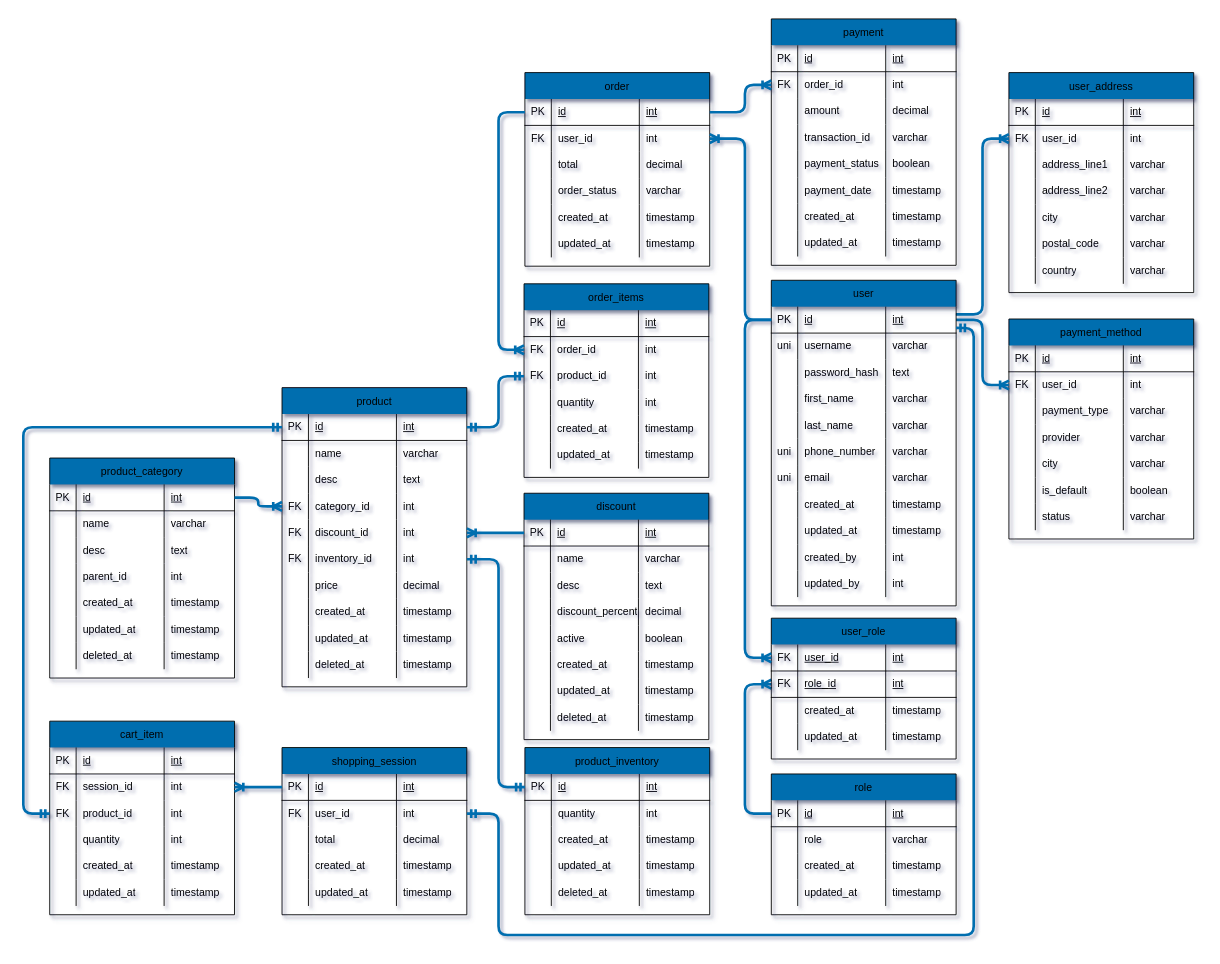
This is docs/diagram.dio from tuongnhatnguyenvan/eCommerce-Multiple-Source, a draw.io file, before an edit. Source tidied: cells renumbered, new cells numbered last; positions are measured from the earlier drawing's top-left corner, leaving out a move shared by most shapes. Both pictures are drawn from the tidied source at 88%, with x=0, y=0 at pixel (23, 18).
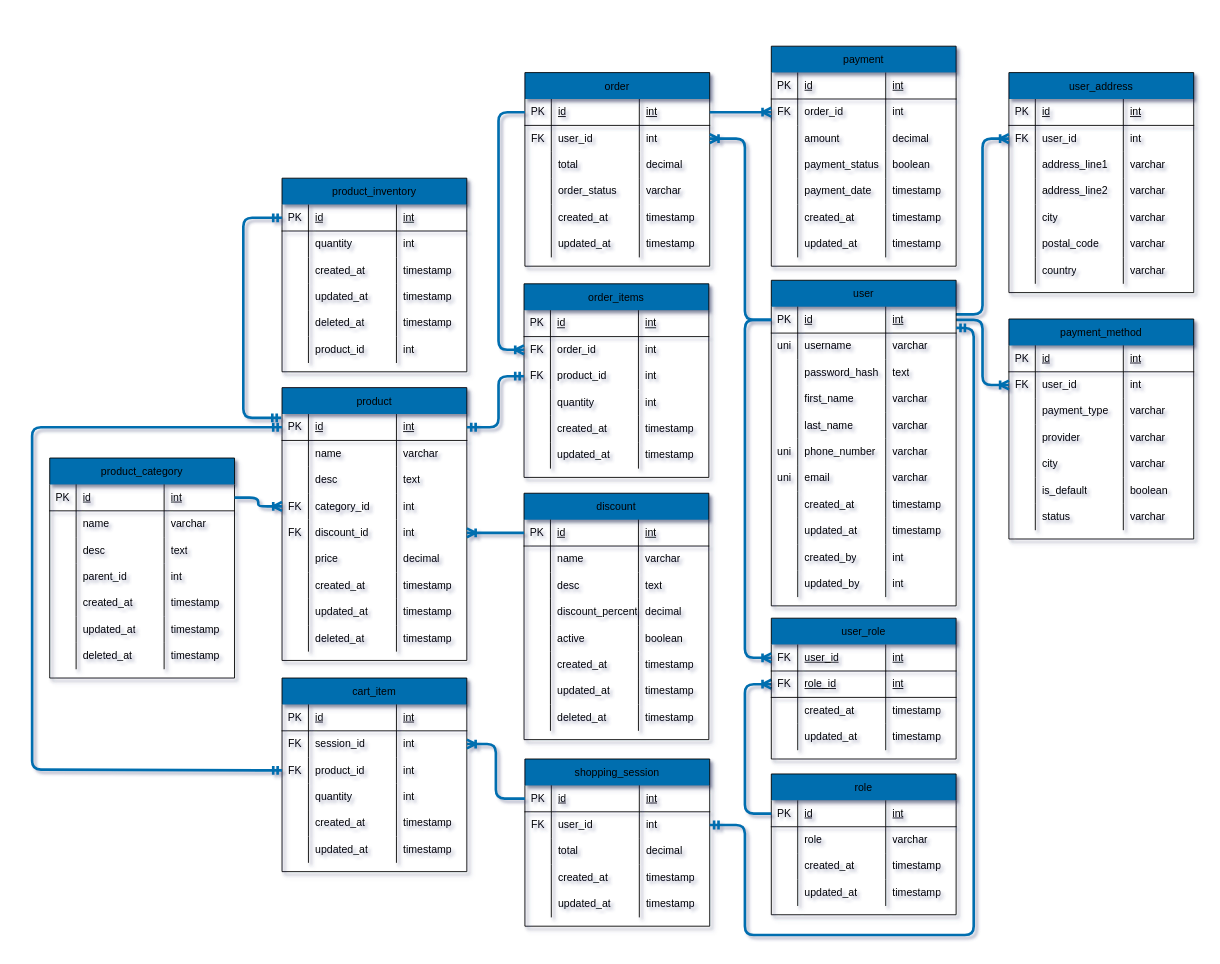
Above is the later version.

The change refers to these unchanged cells:
```xml
<mxCell id="80" style="shape=partialRectangle;fillColor=none;points=[[0,0.5],[1,0.5]];portConstraint=eastwest;top=0;left=0;right=0;bottom=1;labelBorderColor=none;html=1;fontStyle=0;fontColor=#000000;labelBackgroundColor=none;strokeColor=#000000;" parent="79" vertex="1">
  <mxGeometry y="30" width="210" height="30" as="geometry" />
</mxCell>
<mxCell id="126" style="shape=partialRectangle;fillColor=none;points=[[0,0.5],[1,0.5]];portConstraint=eastwest;top=0;left=0;right=0;bottom=1;labelBorderColor=none;html=1;fontStyle=0;fontColor=#000000;labelBackgroundColor=none;strokeColor=#000000;" parent="125" vertex="1">
  <mxGeometry y="30" width="210" height="30" as="geometry" />
</mxCell>
<mxCell id="196" style="shape=partialRectangle;fillColor=none;points=[[0,0.5],[1,0.5]];portConstraint=eastwest;top=0;left=0;right=0;bottom=1;labelBorderColor=none;html=1;fontStyle=0;fontColor=#000000;labelBackgroundColor=none;strokeColor=#000000;" parent="195" vertex="1">
  <mxGeometry y="30" width="210" height="30" as="geometry" />
</mxCell>
<mxCell id="258" style="shape=partialRectangle;fillColor=none;points=[[0,0.5],[1,0.5]];portConstraint=eastwest;top=0;left=0;right=0;bottom=0;labelBorderColor=none;html=1;fontStyle=0;fontColor=#000000;labelBackgroundColor=none;strokeColor=#000000;" parent="249" vertex="1">
  <mxGeometry y="90" width="210" height="30" as="geometry" />
</mxCell>
<mxCell id="279" style="shape=partialRectangle;fillColor=none;points=[[0,0.5],[1,0.5]];portConstraint=eastwest;top=0;left=0;right=0;bottom=0;labelBorderColor=none;html=1;fontStyle=0;fontColor=#000000;labelBackgroundColor=none;strokeColor=#000000;" parent="274" vertex="1">
  <mxGeometry y="60" width="210" height="30" as="geometry" />
</mxCell>
<mxCell id="321" style="shape=partialRectangle;fillColor=none;points=[[0,0.5],[1,0.5]];portConstraint=eastwest;top=0;left=0;right=0;bottom=1;labelBorderColor=none;html=1;fontStyle=0;fontColor=#000000;labelBackgroundColor=none;strokeColor=#000000;" parent="320" vertex="1">
  <mxGeometry y="30" width="210" height="30" as="geometry" />
</mxCell>
<mxCell id="350" style="shape=partialRectangle;fillColor=none;points=[[0,0.5],[1,0.5]];portConstraint=eastwest;top=0;left=0;right=0;bottom=0;labelBorderColor=none;html=1;fontStyle=0;fontColor=#000000;labelBackgroundColor=none;strokeColor=#000000;" parent="345" vertex="1">
  <mxGeometry y="60" width="210" height="30" as="geometry" />
</mxCell>
```

Change to the diagram source:
```diff
@@
     <mxCell id="125" value="product" style="shape=table;startSize=30;childLayout=tableLayout;rowLines=0;fontStyle=0;align=center;shadow=1;swimlaneLine=0;fillColor=#006eaf;labelBorderColor=none;labelBackgroundColor=none;strokeColor=#000000;" parent="1" vertex="1">
-      <mxGeometry x="294" y="419" width="210" height="340" as="geometry" />
+      <mxGeometry x="294" y="419" width="210" height="310" as="geometry" />
     </mxCell>
@@
-    <mxCell id="146" style="shape=partialRectangle;fillColor=none;points=[[0,0.5],[1,0.5]];portConstraint=eastwest;top=0;left=0;right=0;bottom=0;labelBorderColor=none;html=1;fontStyle=0;fontColor=#000000;labelBackgroundColor=none;strokeColor=#000000;" parent="125" vertex="1">
-      <mxGeometry y="180" width="210" height="30" as="geometry" />
-    </mxCell>
-    <mxCell id="147" value="FK" style="shape=partialRectangle;overflow=hidden;fillColor=none;top=0;left=0;bottom=0;right=0;labelBorderColor=none;html=1;fontStyle=0;fontColor=#000000;labelBackgroundColor=none;strokeColor=#000000;" parent="146" vertex="1">
-      <mxGeometry width="30" height="30" as="geometry" />
-    </mxCell>
-    <mxCell id="148" value="inventory_id" style="shape=partialRectangle;overflow=hidden;fillColor=none;top=0;left=0;bottom=0;right=0;align=left;spacingLeft=6;labelBorderColor=none;html=1;fontStyle=0;fontColor=#000000;labelBackgroundColor=none;strokeColor=#000000;" parent="146" vertex="1">
-      <mxGeometry x="30" width="100" height="30" as="geometry" />
-    </mxCell>
-    <mxCell id="149" value="int" style="shape=partialRectangle;overflow=hidden;fillColor=none;top=0;left=0;bottom=0;right=0;align=left;spacingLeft=6;labelBorderColor=none;html=1;fontStyle=0;fontColor=#000000;labelBackgroundColor=none;strokeColor=#000000;" parent="146" vertex="1">
-      <mxGeometry x="130" width="80" height="30" as="geometry" />
-    </mxCell>
     <mxCell id="150" style="shape=partialRectangle;fillColor=none;top=0;left=0;right=0;bottom=0;labelBorderColor=none;html=1;fontStyle=0;fontColor=#000000;labelBackgroundColor=none;strokeColor=#000000;" parent="125" vertex="1">
-      <mxGeometry y="210" width="210" height="30" as="geometry" />
+      <mxGeometry y="180" width="210" height="30" as="geometry" />
     </mxCell>
@@
     <mxCell id="154" style="shape=partialRectangle;fillColor=none;top=0;left=0;right=0;bottom=0;labelBorderColor=none;html=1;fontStyle=0;fontColor=#000000;labelBackgroundColor=none;strokeColor=#000000;" parent="125" vertex="1">
-      <mxGeometry y="240" width="210" height="30" as="geometry" />
+      <mxGeometry y="210" width="210" height="30" as="geometry" />
     </mxCell>
@@
     <mxCell id="158" style="shape=partialRectangle;fillColor=none;top=0;left=0;right=0;bottom=0;labelBorderColor=none;html=1;fontStyle=0;fontColor=#000000;labelBackgroundColor=none;strokeColor=#000000;" parent="125" vertex="1">
-      <mxGeometry y="270" width="210" height="30" as="geometry" />
+      <mxGeometry y="240" width="210" height="30" as="geometry" />
     </mxCell>
@@
     <mxCell id="162" style="shape=partialRectangle;fillColor=none;top=0;left=0;right=0;bottom=0;labelBorderColor=none;html=1;fontStyle=0;fontColor=#000000;labelBackgroundColor=none;strokeColor=#000000;" parent="125" vertex="1">
-      <mxGeometry y="300" width="210" height="30" as="geometry" />
+      <mxGeometry y="270" width="210" height="30" as="geometry" />
     </mxCell>
@@
     <mxCell id="195" value="product_inventory" style="shape=table;startSize=30;childLayout=tableLayout;rowLines=0;fontStyle=0;align=center;shadow=1;swimlaneLine=0;fillColor=#006eaf;labelBorderColor=none;labelBackgroundColor=none;strokeColor=#000000;" parent="1" vertex="1">
-      <mxGeometry x="570" y="828" width="210" height="190" as="geometry" />
+      <mxGeometry x="294" y="181" width="210" height="220" as="geometry" />
     </mxCell>
@@
+    <mxCell id="146" style="shape=partialRectangle;fillColor=none;points=[[0,0.5],[1,0.5]];portConstraint=eastwest;top=0;left=0;right=0;bottom=0;labelBorderColor=none;html=1;fontStyle=0;fontColor=#000000;labelBackgroundColor=none;strokeColor=#000000;" parent="195" vertex="1">
+      <mxGeometry y="180" width="210" height="30" as="geometry" />
+    </mxCell>
+    <mxCell id="359" style="shape=partialRectangle;overflow=hidden;fillColor=none;top=0;left=0;bottom=0;right=0;labelBorderColor=none;html=1;fontStyle=0;fontColor=#000000;labelBackgroundColor=none;strokeColor=#000000;" parent="146" vertex="1">
+      <mxGeometry width="30" height="30" as="geometry" />
+    </mxCell>
+    <mxCell id="406" value="product_id" style="shape=partialRectangle;overflow=hidden;fillColor=none;top=0;left=0;bottom=0;right=0;align=left;spacingLeft=6;labelBorderColor=none;html=1;fontStyle=0;fontColor=#000000;labelBackgroundColor=none;strokeColor=#000000;" parent="146" vertex="1">
+      <mxGeometry x="30" width="100" height="30" as="geometry" />
+    </mxCell>
+    <mxCell id="149" value="int" style="shape=partialRectangle;overflow=hidden;fillColor=none;top=0;left=0;bottom=0;right=0;align=left;spacingLeft=6;labelBorderColor=none;html=1;fontStyle=0;fontColor=#000000;labelBackgroundColor=none;strokeColor=#000000;" parent="146" vertex="1">
+      <mxGeometry x="130" width="80" height="30" as="geometry" />
+    </mxCell>
@@
     <mxCell id="249" value="cart_item" style="shape=table;startSize=30;childLayout=tableLayout;rowLines=0;fontStyle=0;align=center;shadow=1;swimlaneLine=0;fillColor=#006eaf;labelBorderColor=none;labelBackgroundColor=none;strokeColor=#000000;" parent="1" vertex="1">
-      <mxGeometry x="30" y="798" width="210" height="220" as="geometry" />
+      <mxGeometry x="294" y="749" width="210" height="220" as="geometry" />
     </mxCell>
@@
     <mxCell id="274" value="shopping_session" style="shape=table;startSize=30;childLayout=tableLayout;rowLines=0;fontStyle=0;align=center;shadow=1;swimlaneLine=0;fillColor=#006eaf;labelBorderColor=none;labelBackgroundColor=none;strokeColor=#000000;" parent="1" vertex="1">
-      <mxGeometry x="294" y="828" width="210" height="190" as="geometry" />
+      <mxGeometry x="570" y="841" width="210" height="190" as="geometry" />
     </mxCell>
@@
     <mxCell id="345" value="payment" style="shape=table;startSize=30;childLayout=tableLayout;rowLines=0;fontStyle=0;align=center;shadow=1;swimlaneLine=0;fillColor=#006eaf;labelBorderColor=none;labelBackgroundColor=none;strokeColor=#000000;" parent="1" vertex="1">
-      <mxGeometry x="850" width="210" height="280" as="geometry" />
+      <mxGeometry x="850" y="31" width="210" height="250" as="geometry" />
     </mxCell>
@@
-    <mxCell id="358" style="shape=partialRectangle;fillColor=none;top=0;left=0;right=0;bottom=0;labelBorderColor=none;html=1;fontStyle=0;fontColor=#000000;labelBackgroundColor=none;strokeColor=#000000;" parent="345" vertex="1">
-      <mxGeometry y="120" width="210" height="30" as="geometry" />
-    </mxCell>
-    <mxCell id="359" style="shape=partialRectangle;overflow=hidden;fillColor=none;top=0;left=0;bottom=0;right=0;labelBorderColor=none;html=1;fontStyle=0;fontColor=#000000;labelBackgroundColor=none;strokeColor=#000000;" parent="358" vertex="1">
-      <mxGeometry width="30" height="30" as="geometry" />
-    </mxCell>
-    <mxCell id="360" value="transaction_id" style="shape=partialRectangle;overflow=hidden;fillColor=none;top=0;left=0;bottom=0;right=0;align=left;spacingLeft=6;labelBorderColor=none;html=1;fontStyle=0;fontColor=#000000;labelBackgroundColor=none;strokeColor=#000000;" parent="358" vertex="1">
-      <mxGeometry x="30" width="100" height="30" as="geometry" />
-    </mxCell>
-    <mxCell id="361" value="varchar" style="shape=partialRectangle;overflow=hidden;fillColor=none;top=0;left=0;bottom=0;right=0;align=left;spacingLeft=6;labelBorderColor=none;html=1;fontStyle=0;fontColor=#000000;labelBackgroundColor=none;strokeColor=#000000;" parent="358" vertex="1">
-      <mxGeometry x="130" width="80" height="30" as="geometry" />
-    </mxCell>
     <mxCell id="362" style="shape=partialRectangle;fillColor=none;top=0;left=0;right=0;bottom=0;labelBorderColor=none;html=1;fontStyle=0;fontColor=#000000;labelBackgroundColor=none;strokeColor=#000000;" parent="345" vertex="1">
-      <mxGeometry y="150" width="210" height="30" as="geometry" />
+      <mxGeometry y="120" width="210" height="30" as="geometry" />
     </mxCell>
@@
     <mxCell id="366" style="shape=partialRectangle;fillColor=none;top=0;left=0;right=0;bottom=0;labelBorderColor=none;html=1;fontStyle=0;fontColor=#000000;labelBackgroundColor=none;strokeColor=#000000;" parent="345" vertex="1">
-      <mxGeometry y="180" width="210" height="30" as="geometry" />
+      <mxGeometry y="150" width="210" height="30" as="geometry" />
     </mxCell>
@@
     <mxCell id="370" style="shape=partialRectangle;fillColor=none;top=0;left=0;right=0;bottom=0;labelBorderColor=none;html=1;fontStyle=0;fontColor=#000000;labelBackgroundColor=none;strokeColor=#000000;" parent="345" vertex="1">
-      <mxGeometry y="210" width="210" height="30" as="geometry" />
+      <mxGeometry y="180" width="210" height="30" as="geometry" />
     </mxCell>
@@
     <mxCell id="374" style="shape=partialRectangle;fillColor=none;top=0;left=0;right=0;bottom=0;labelBorderColor=none;html=1;fontStyle=0;fontColor=#000000;labelBackgroundColor=none;strokeColor=#000000;" parent="345" vertex="1">
-      <mxGeometry y="240" width="210" height="30" as="geometry" />
+      <mxGeometry y="210" width="210" height="30" as="geometry" />
     </mxCell>
@@
     <mxCell id="380" style="edgeStyle=orthogonalEdgeStyle;fontSize=12;html=1;endArrow=ERmandOne;startArrow=ERmandOne;entryX=0;entryY=0.5;entryDx=0;entryDy=0;strokeColor=#006EAF;exitX=0;exitY=0.5;exitDx=0;exitDy=0;fillColor=#1ba1e2;strokeWidth=3;" parent="1" edge="1" source="126" target="258">
       <mxGeometry relative="1" as="geometry">
         <Array as="points">
-          <mxPoint y="464" />
-          <mxPoint y="903" />
+          <mxPoint x="10" y="464" />
+          <mxPoint x="10" y="853" />
+          <mxPoint x="294" y="853" />
         </Array>
       </mxGeometry>
     </mxCell>
@@
     <mxCell id="382" style="edgeStyle=orthogonalEdgeStyle;fontSize=12;html=1;endArrow=ERmandOne;startArrow=ERmandOne;entryX=1;entryY=0.805;entryDx=0;entryDy=0;strokeColor=#006EAF;exitX=1;exitY=0.5;exitDx=0;exitDy=0;entryPerimeter=0;fillColor=#1ba1e2;strokeWidth=3;" parent="1" edge="1" source="279" target="80">
       <mxGeometry relative="1" as="geometry">
         <Array as="points">
-          <mxPoint x="540" y="903" />
-          <mxPoint x="540" y="1041" />
+          <mxPoint x="820" y="916" />
+          <mxPoint x="820" y="1041" />
           <mxPoint x="1080" y="1041" />
           <mxPoint x="1080" y="351" />
         </Array>
       </mxGeometry>
     </mxCell>
@@
-    <mxCell id="385" style="edgeStyle=orthogonalEdgeStyle;fontSize=12;html=1;endArrow=ERmandOne;startArrow=ERmandOne;entryX=1;entryY=0.5;entryDx=0;entryDy=0;strokeColor=#006EAF;exitX=0;exitY=0.5;exitDx=0;exitDy=0;fillColor=#1ba1e2;strokeWidth=3;" parent="1" edge="1" source="196" target="146">
+    <mxCell id="385" style="edgeStyle=orthogonalEdgeStyle;fontSize=12;html=1;endArrow=ERmandOne;startArrow=ERmandOne;strokeColor=#006EAF;exitX=0;exitY=0.5;exitDx=0;exitDy=0;fillColor=#1ba1e2;strokeWidth=3;entryX=-0.005;entryY=0.143;entryDx=0;entryDy=0;entryPerimeter=0;" parent="1" edge="1" source="196" target="126">
       <mxGeometry relative="1" as="geometry">
         <Array as="points">
-          <mxPoint x="540" y="873" />
-          <mxPoint x="540" y="614" />
+          <mxPoint x="250" y="226" />
+          <mxPoint x="250" y="453" />
         </Array>
       </mxGeometry>
     </mxCell>
@@
     <mxCell id="404" style="edgeStyle=orthogonalEdgeStyle;fontSize=12;html=1;endArrow=ERoneToMany;fontColor=#000000;exitX=1;exitY=0.5;exitDx=0;exitDy=0;entryX=0;entryY=0.5;entryDx=0;entryDy=0;strokeColor=#006EAF;jumpSize=10;fillColor=#1ba1e2;strokeWidth=3;" parent="1" edge="1" source="321" target="350">
       <mxGeometry relative="1" as="geometry">
         <Array as="points">
           <mxPoint x="820" y="106" />
-          <mxPoint x="820" y="75" />
+          <mxPoint x="820" y="106" />
         </Array>
       </mxGeometry>
     </mxCell>
```
